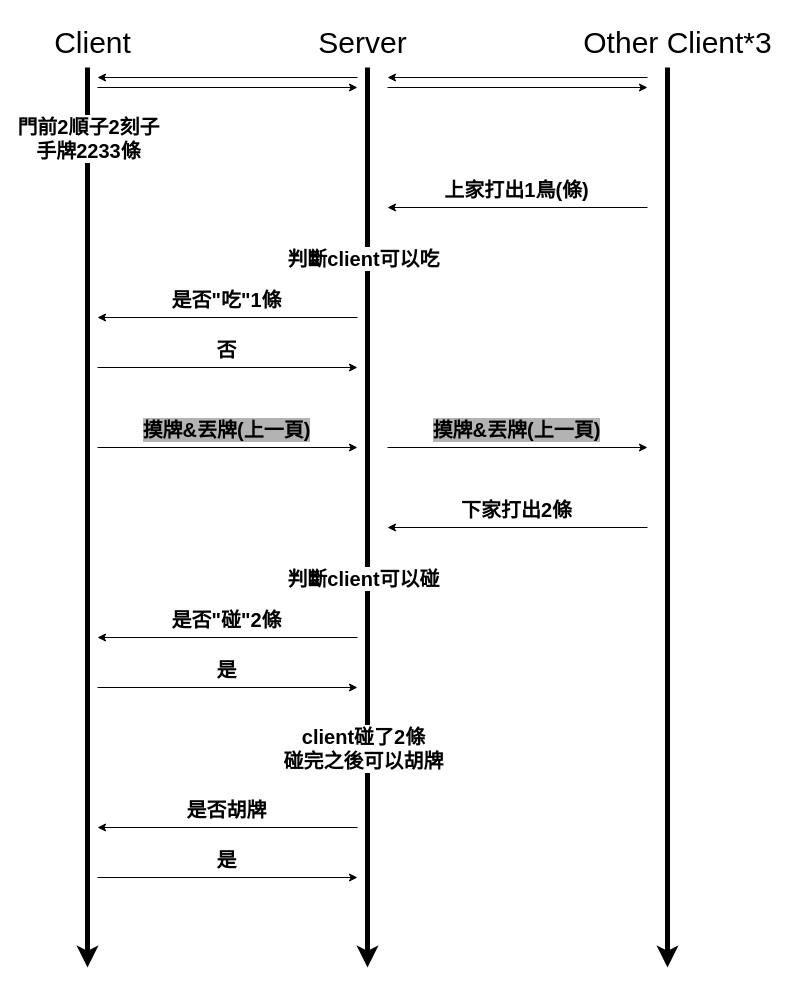
The draw.io diagram page "有reaction" (2 of 5) of picture/流程圖.drawio in etoile-et-toi-mp3/NYCU_113F_IntroToNetworkProg_FinalProject, before the edit. Source tidied: cells renumbered, new cells numbered last; positions are measured from the earlier drawing's top-left corner, leaving out a move shared by most shapes. Both pictures are drawn from the tidied source at 100%, with x=0, y=0 at pixel (42, 17).
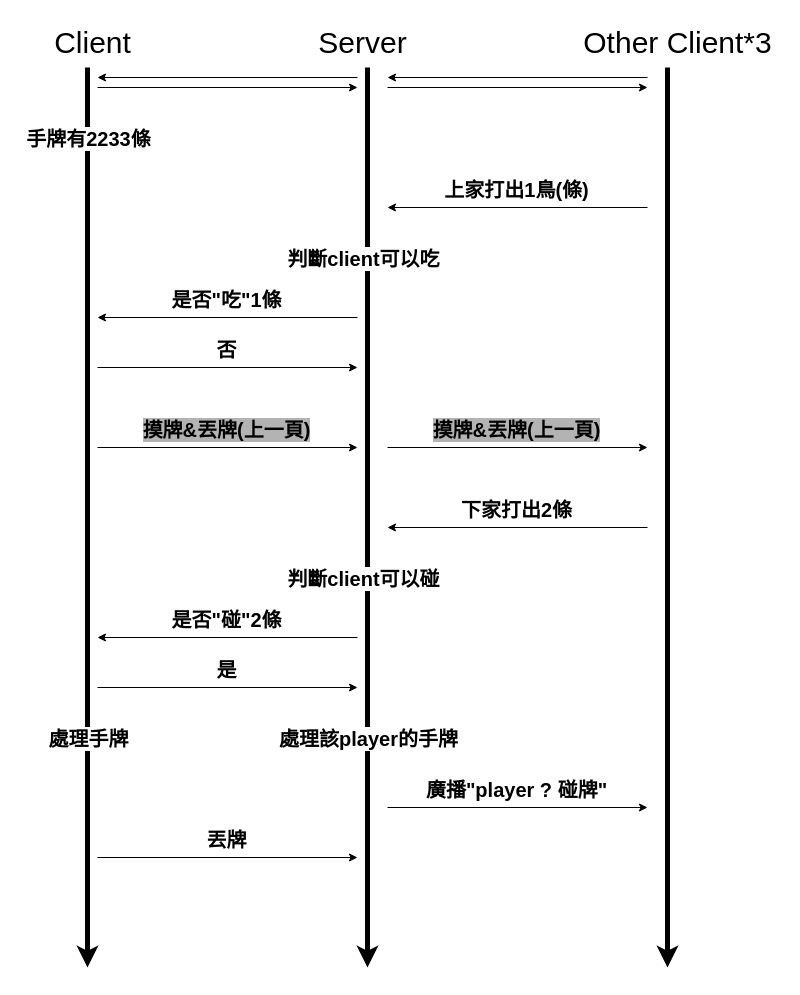
The same page after the edit.

Diff of the diagram source:
```diff
@@
-    <mxCell id="13" value="門前2順子2刻子&lt;div&gt;手牌2233條&lt;/div&gt;" style="edgeLabel;html=1;align=center;verticalAlign=middle;fontSize=20;fontStyle=1;" parent="1" vertex="1">
+    <mxCell id="13" value="&lt;div&gt;手牌有2233條&lt;/div&gt;" style="edgeLabel;html=1;align=center;verticalAlign=middle;fontSize=20;fontStyle=1;" parent="1" vertex="1">
       <mxGeometry x="45" y="120" as="geometry" />
     </mxCell>
@@
-    <mxCell id="20" value="client碰了2條&lt;div&gt;碰完之後可以胡牌&lt;/div&gt;" style="edgeLabel;html=1;align=center;verticalAlign=middle;fontSize=20;fontStyle=1;" parent="1" vertex="1">
-      <mxGeometry x="320" y="730" as="geometry" />
-    </mxCell>
-    <mxCell id="21" value="是否胡牌" style="edgeLabel;html=1;align=center;verticalAlign=middle;fontSize=20;fontStyle=1;" parent="1" vertex="1">
-      <mxGeometry x="195" y="800" as="geometry">
-        <mxPoint x="-12" y="-9" as="offset" />
-      </mxGeometry>
-    </mxCell>
-    <mxCell id="22" style="endArrow=classic;html=1;rounded=0;" parent="1" edge="1">
-      <mxGeometry relative="1" as="geometry">
-        <mxPoint x="315" y="810" as="sourcePoint" />
-        <mxPoint x="55" y="810" as="targetPoint" />
-      </mxGeometry>
-    </mxCell>
-    <mxCell id="23" value="是" style="edgeLabel;html=1;align=center;verticalAlign=middle;fontSize=20;fontStyle=1;" parent="1" vertex="1">
-      <mxGeometry x="195" y="850" as="geometry">
-        <mxPoint x="-12" y="-9" as="offset" />
-      </mxGeometry>
-    </mxCell>
-    <mxCell id="24" style="endArrow=none;html=1;rounded=0;startArrow=classic;startFill=1;endFill=0;" parent="1" edge="1">
-      <mxGeometry relative="1" as="geometry">
-        <mxPoint x="315" y="860" as="sourcePoint" />
-        <mxPoint x="55" y="860" as="targetPoint" />
-      </mxGeometry>
-    </mxCell>
@@
+    <mxCell id="36" value="處理手牌" style="edgeLabel;html=1;align=center;verticalAlign=middle;fontSize=20;fontStyle=1;" parent="1" vertex="1">
+      <mxGeometry x="45" y="720" as="geometry" />
+    </mxCell>
+    <mxCell id="37" value="處理該player的手牌" style="edgeLabel;html=1;align=center;verticalAlign=middle;fontSize=20;fontStyle=1;" parent="1" vertex="1">
+      <mxGeometry x="325" y="720" as="geometry" />
+    </mxCell>
+    <mxCell id="38" value="丟牌" style="edgeLabel;html=1;align=center;verticalAlign=middle;fontSize=20;fontStyle=1;" parent="1" vertex="1">
+      <mxGeometry x="195" y="830" as="geometry">
+        <mxPoint x="-12" y="-9" as="offset" />
+      </mxGeometry>
+    </mxCell>
+    <mxCell id="39" style="endArrow=none;html=1;rounded=0;startArrow=classic;startFill=1;endFill=0;" parent="1" edge="1">
+      <mxGeometry relative="1" as="geometry">
+        <mxPoint x="315" y="840" as="sourcePoint" />
+        <mxPoint x="55" y="840" as="targetPoint" />
+      </mxGeometry>
+    </mxCell>
+    <mxCell id="40" value="廣播&quot;player ? 碰牌&quot;" style="edgeLabel;html=1;align=center;verticalAlign=middle;fontSize=20;fontStyle=1;" parent="1" vertex="1">
+      <mxGeometry x="485" y="780" as="geometry">
+        <mxPoint x="-12" y="-9" as="offset" />
+      </mxGeometry>
+    </mxCell>
+    <mxCell id="41" style="endArrow=none;html=1;rounded=0;startArrow=classic;startFill=1;endFill=0;" parent="1" edge="1">
+      <mxGeometry relative="1" as="geometry">
+        <mxPoint x="605" y="790" as="sourcePoint" />
+        <mxPoint x="345" y="790" as="targetPoint" />
+      </mxGeometry>
+    </mxCell>
```
